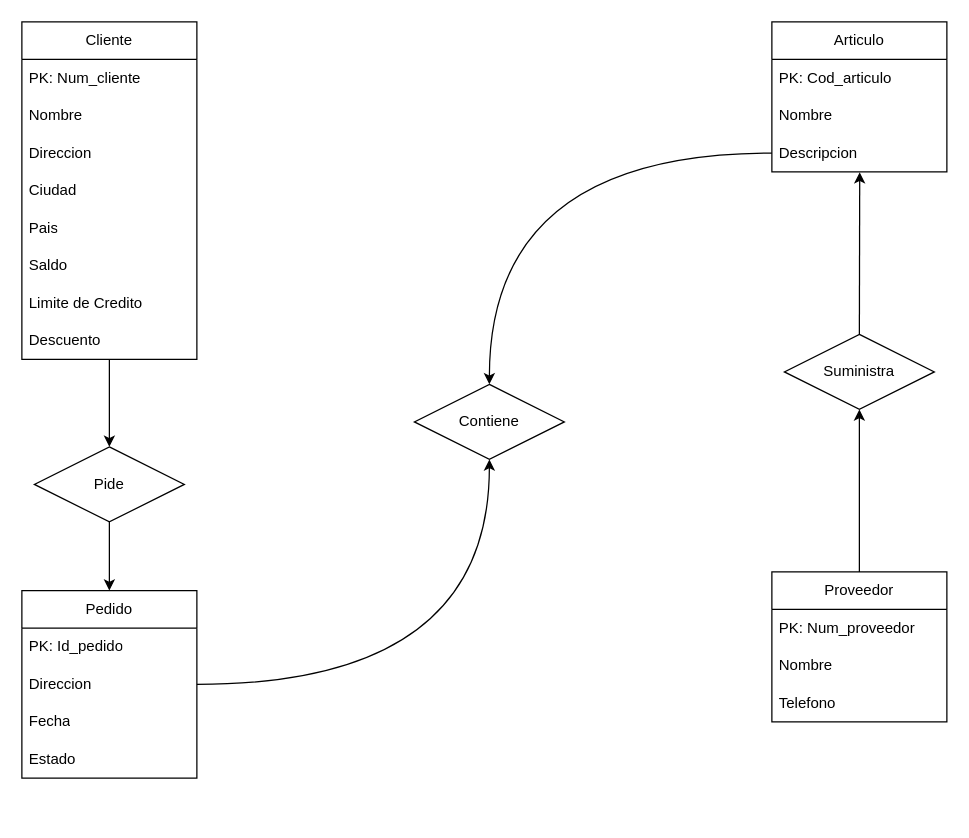
The draw.io diagram Gestion_de_pedidos.drawio in Mokius02/basesdedatos, before the edit. Source tidied: cells renumbered, new cells numbered last; positions are measured from the earlier drawing's top-left corner, leaving out a move shared by most shapes. Both pictures are drawn from the tidied source at 125%, with x=0, y=0 at pixel (21, 21).
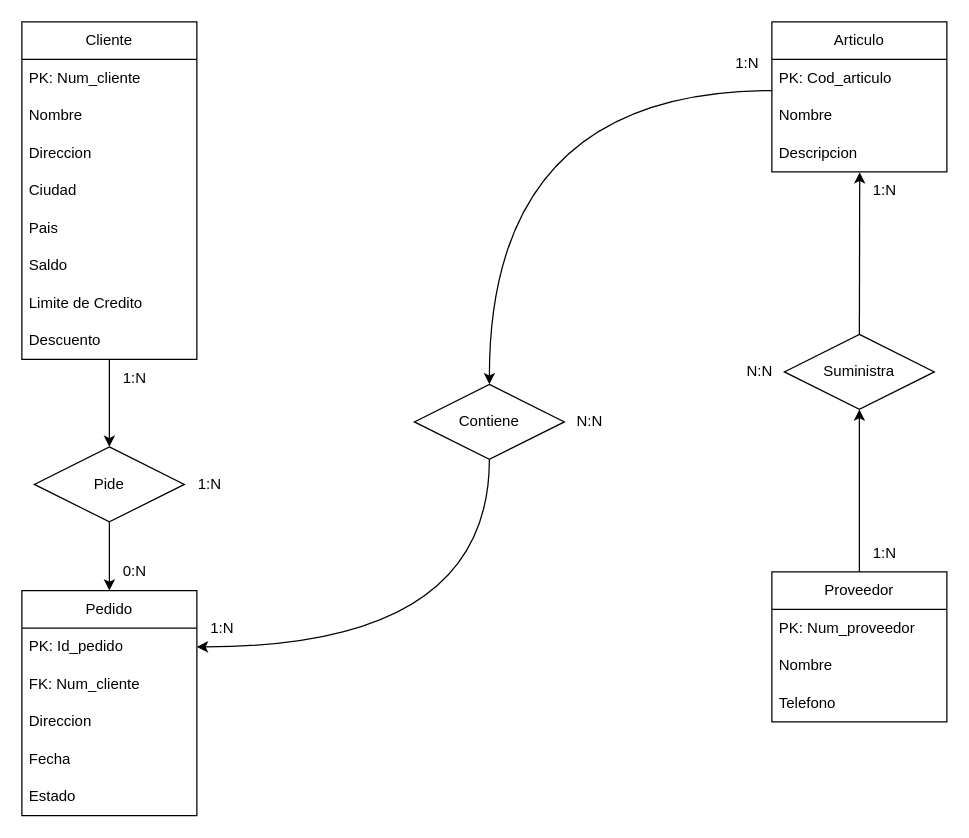
Above is the later version.

The change refers to these unchanged cells:
```xml
<mxCell id="13" value="PK: Cod_articulo" style="text;strokeColor=none;fillColor=none;align=left;verticalAlign=middle;spacingLeft=4;spacingRight=4;overflow=hidden;points=[[0,0.5],[1,0.5]];portConstraint=eastwest;whiteSpace=wrap;html=1;" parent="12" vertex="1">
  <mxGeometry y="30" width="140" height="30" as="geometry" />
</mxCell>
<mxCell id="15" value="Descripcion" style="text;strokeColor=none;fillColor=none;align=left;verticalAlign=middle;spacingLeft=4;spacingRight=4;overflow=hidden;points=[[0,0.5],[1,0.5]];portConstraint=eastwest;whiteSpace=wrap;html=1;" parent="12" vertex="1">
  <mxGeometry y="90" width="140" height="30" as="geometry" />
</mxCell>
<mxCell id="17" value="PK: Id_pedido" style="text;strokeColor=none;fillColor=none;align=left;verticalAlign=middle;spacingLeft=4;spacingRight=4;overflow=hidden;points=[[0,0.5],[1,0.5]];portConstraint=eastwest;whiteSpace=wrap;html=1;" parent="16" vertex="1">
  <mxGeometry y="30" width="140" height="30" as="geometry" />
</mxCell>
<mxCell id="28" value="Contiene" style="shape=rhombus;perimeter=rhombusPerimeter;whiteSpace=wrap;html=1;align=center;" parent="1" vertex="1">
  <mxGeometry x="314" y="290" width="120" height="60" as="geometry" />
</mxCell>
```

The edit, as a diff of the source:
```diff
@@
     <mxCell id="16" value="Pedido" style="swimlane;fontStyle=0;horizontal=1;startSize=30;whiteSpace=wrap;html=1;" parent="1" vertex="1">
-      <mxGeometry y="455" width="140" height="150" as="geometry" />
+      <mxGeometry y="455" width="140" height="180" as="geometry" />
     </mxCell>
@@
+    <mxCell id="33" value="FK: Num_cliente" style="text;strokeColor=none;fillColor=none;align=left;verticalAlign=middle;spacingLeft=4;spacingRight=4;overflow=hidden;whiteSpace=wrap;html=1;" parent="16" vertex="1">
+      <mxGeometry y="60" width="140" height="30" as="geometry" />
+    </mxCell>
     <mxCell id="18" value="Direccion" style="text;strokeColor=none;fillColor=none;align=left;verticalAlign=middle;spacingLeft=4;spacingRight=4;overflow=hidden;points=[[0,0.5],[1,0.5]];portConstraint=eastwest;whiteSpace=wrap;html=1;" parent="16" vertex="1">
-      <mxGeometry y="60" width="140" height="30" as="geometry" />
+      <mxGeometry y="90" width="140" height="30" as="geometry" />
     </mxCell>
     <mxCell id="19" value="Fecha" style="text;strokeColor=none;fillColor=none;align=left;verticalAlign=middle;spacingLeft=4;spacingRight=4;overflow=hidden;whiteSpace=wrap;html=1;" parent="16" vertex="1">
-      <mxGeometry y="90" width="140" height="30" as="geometry" />
+      <mxGeometry y="120" width="140" height="30" as="geometry" />
     </mxCell>
     <mxCell id="20" value="Estado" style="text;strokeColor=none;fillColor=none;align=left;verticalAlign=middle;spacingLeft=4;spacingRight=4;overflow=hidden;whiteSpace=wrap;html=1;" parent="16" vertex="1">
-      <mxGeometry y="120" width="140" height="30" as="geometry" />
+      <mxGeometry y="150" width="140" height="30" as="geometry" />
     </mxCell>
@@
-    <mxCell id="31" style="edgeStyle=orthogonalEdgeStyle;rounded=0;jettySize=auto;html=1;exitX=0;exitY=0.5;exitDx=0;exitDy=0;entryX=0.5;entryY=0;entryDx=0;entryDy=0;curved=1;" parent="1" edge="1" source="15" target="28">
+    <mxCell id="31" style="edgeStyle=orthogonalEdgeStyle;rounded=0;jettySize=auto;html=1;exitX=0.002;exitY=0.833;exitDx=0;exitDy=0;entryX=0.5;entryY=0;entryDx=0;entryDy=0;curved=1;exitPerimeter=0;" parent="1" edge="1" source="13" target="28">
       <mxGeometry relative="1" as="geometry" />
     </mxCell>
-    <mxCell id="32" style="edgeStyle=orthogonalEdgeStyle;rounded=0;jettySize=auto;html=1;exitX=1;exitY=0.5;exitDx=0;exitDy=0;entryX=0.5;entryY=1;entryDx=0;entryDy=0;curved=1;" parent="1" edge="1" source="18" target="28">
-      <mxGeometry relative="1" as="geometry" />
-    </mxCell>
+    <mxCell id="34" style="edgeStyle=orthogonalEdgeStyle;rounded=0;jettySize=auto;html=1;exitX=0.5;exitY=1;exitDx=0;exitDy=0;entryX=1;entryY=0.5;entryDx=0;entryDy=0;curved=1;" parent="1" edge="1" source="28" target="17">
+      <mxGeometry relative="1" as="geometry" />
+    </mxCell>
+    <mxCell id="35" value="1:N" style="text;html=1;align=center;verticalAlign=middle;strokeColor=none;fillColor=none;" parent="1" vertex="1">
+      <mxGeometry x="70" y="270" width="40" height="30" as="geometry" />
+    </mxCell>
+    <mxCell id="36" value="1:N" style="text;html=1;align=center;verticalAlign=middle;strokeColor=none;fillColor=none;" parent="1" vertex="1">
+      <mxGeometry x="130" y="355" width="40" height="30" as="geometry" />
+    </mxCell>
+    <mxCell id="37" value="0:N" style="text;html=1;align=center;verticalAlign=middle;strokeColor=none;fillColor=none;" parent="1" vertex="1">
+      <mxGeometry x="70" y="425" width="40" height="30" as="geometry" />
+    </mxCell>
+    <mxCell id="38" value="N:N" style="text;html=1;align=center;verticalAlign=middle;strokeColor=none;fillColor=none;" parent="1" vertex="1">
+      <mxGeometry x="434" y="305" width="40" height="30" as="geometry" />
+    </mxCell>
+    <mxCell id="39" value="1:N" style="text;html=1;align=center;verticalAlign=middle;strokeColor=none;fillColor=none;" parent="1" vertex="1">
+      <mxGeometry x="140" y="470" width="40" height="30" as="geometry" />
+    </mxCell>
+    <mxCell id="40" value="1:N" style="text;html=1;align=center;verticalAlign=middle;strokeColor=none;fillColor=none;" parent="1" vertex="1">
+      <mxGeometry x="560" y="18" width="40" height="30" as="geometry" />
+    </mxCell>
+    <mxCell id="41" value="1:N" style="text;html=1;align=center;verticalAlign=middle;strokeColor=none;fillColor=none;" parent="1" vertex="1">
+      <mxGeometry x="670" y="120" width="40" height="30" as="geometry" />
+    </mxCell>
+    <mxCell id="42" value="1:N" style="text;html=1;align=center;verticalAlign=middle;strokeColor=none;fillColor=none;" parent="1" vertex="1">
+      <mxGeometry x="670" y="410" width="40" height="30" as="geometry" />
+    </mxCell>
+    <mxCell id="43" value="N:N" style="text;html=1;align=center;verticalAlign=middle;strokeColor=none;fillColor=none;" parent="1" vertex="1">
+      <mxGeometry x="570" y="265" width="40" height="30" as="geometry" />
+    </mxCell>
```
